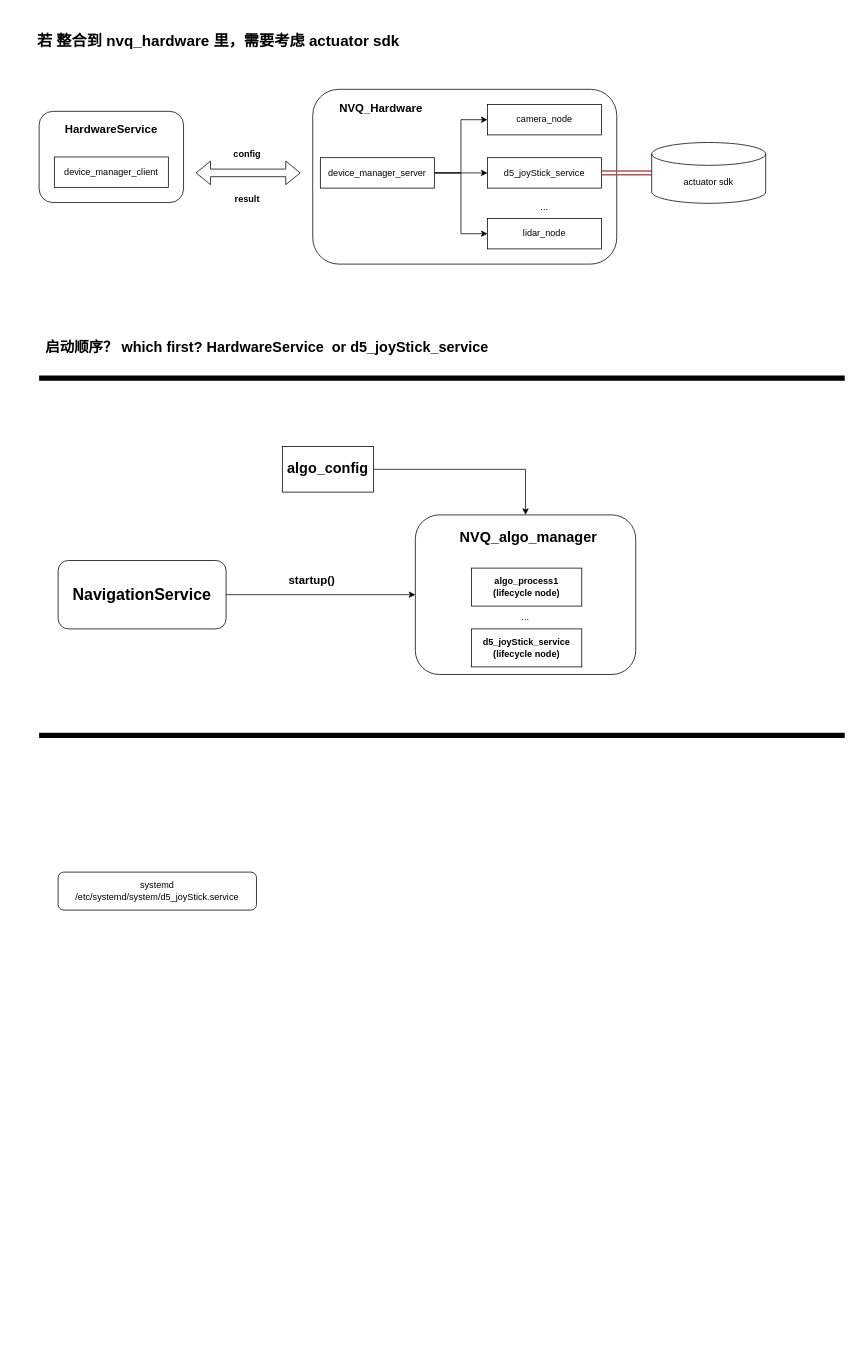
Before: page "joyStick该实现在哪里？" (2 of 2) of d5相关.drawio in Jev0987/drawioFile, a draw.io diagram. Source tidied: cells renumbered, new cells numbered last; positions are measured from the earlier drawing's top-left corner, leaving out a move shared by most shapes. Both pictures are drawn from the tidied source at 76%, with x=0, y=0 at pixel (13, 13).
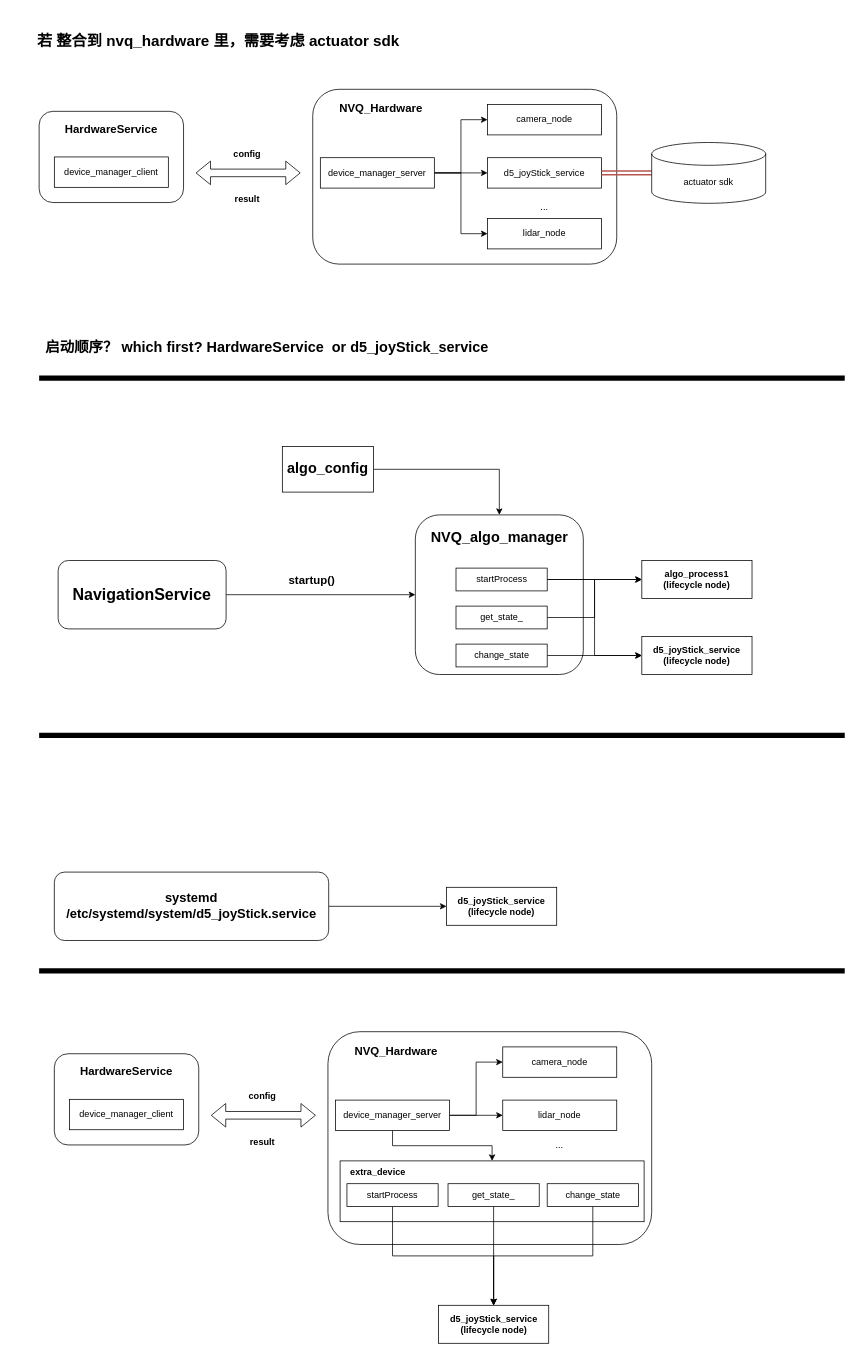
After the change.

Diff of the diagram source:
```diff
@@
     <mxCell id="23" style="rounded=1;whiteSpace=wrap;html=1;" parent="1" vertex="1">
-      <mxGeometry x="529" y="660" width="290" height="210" as="geometry" />
+      <mxGeometry x="529" y="660" width="221" height="210" as="geometry" />
     </mxCell>
     <mxCell id="24" value="&lt;b&gt;&lt;font style=&quot;font-size: 19px;&quot;&gt;NVQ_algo_manager&lt;/font&gt;&lt;/b&gt;" style="text;html=1;whiteSpace=wrap;strokeColor=none;fillColor=none;align=center;verticalAlign=middle;rounded=0;" parent="1" vertex="1">
-      <mxGeometry x="553" y="670" width="250" height="40" as="geometry" />
+      <mxGeometry x="514.5" y="670" width="250" height="40" as="geometry" />
     </mxCell>
     <mxCell id="25" value="&lt;b&gt;algo_process1&lt;/b&gt;&lt;div&gt;&lt;b&gt;(lifecycle node)&lt;/b&gt;&lt;/div&gt;" style="rounded=0;whiteSpace=wrap;html=1;" parent="1" vertex="1">
-      <mxGeometry x="603" y="730" width="145" height="50" as="geometry" />
+      <mxGeometry x="827" y="720" width="145" height="50" as="geometry" />
     </mxCell>
     <mxCell id="26" value="&lt;b&gt;d5_joyStick_service&lt;/b&gt;&lt;div&gt;&lt;b&gt;(lifecycle node)&lt;/b&gt;&lt;/div&gt;" style="rounded=0;whiteSpace=wrap;html=1;" parent="1" vertex="1">
-      <mxGeometry x="603" y="810" width="145" height="50" as="geometry" />
+      <mxGeometry x="827" y="820" width="145" height="50" as="geometry" />
     </mxCell>
@@
-    <mxCell id="28" value="..." style="text;html=1;whiteSpace=wrap;strokeColor=none;fillColor=none;align=center;verticalAlign=middle;rounded=0;" parent="1" vertex="1">
-      <mxGeometry x="644" y="780" width="60" height="30" as="geometry" />
-    </mxCell>
@@
+    <mxCell id="35" style="edgeStyle=orthogonalEdgeStyle;rounded=0;jettySize=auto;html=1;exitX=1;exitY=0.5;exitDx=0;exitDy=0;entryX=0;entryY=0.5;entryDx=0;entryDy=0;" parent="1" edge="1" source="34" target="36">
+      <mxGeometry relative="1" as="geometry" />
+    </mxCell>
-    <mxCell id="34" value="systemd&lt;div&gt;/etc/systemd/system/d5_joyStick.service&lt;/div&gt;" style="rounded=1;whiteSpace=wrap;html=1;" parent="1" vertex="1">
-      <mxGeometry x="59" y="1130" width="261" height="50" as="geometry" />
+    <mxCell id="34" value="&lt;b&gt;systemd&lt;/b&gt;&lt;div&gt;&lt;b&gt;/etc/systemd/system/d5_joyStick.service&lt;/b&gt;&lt;/div&gt;" style="rounded=1;whiteSpace=wrap;html=1;fontSize=17;" parent="1" vertex="1">
+      <mxGeometry x="54" y="1130" width="361" height="90" as="geometry" />
     </mxCell>
+    <mxCell id="36" value="&lt;b&gt;d5_joyStick_service&lt;/b&gt;&lt;div&gt;&lt;b&gt;(lifecycle node)&lt;/b&gt;&lt;/div&gt;" style="rounded=0;whiteSpace=wrap;html=1;" parent="1" vertex="1">
+      <mxGeometry x="570" y="1150" width="145" height="50" as="geometry" />
+    </mxCell>
+    <mxCell id="37" style="endArrow=none;html=1;rounded=0;strokeWidth=7;" parent="1" edge="1">
+      <mxGeometry relative="1" as="geometry">
+        <mxPoint x="34" y="1260" as="sourcePoint" />
+        <mxPoint x="1094" y="1260" as="targetPoint" />
+      </mxGeometry>
+    </mxCell>
+    <mxCell id="38" style="edgeStyle=orthogonalEdgeStyle;rounded=0;jettySize=auto;html=1;exitX=1;exitY=0.5;exitDx=0;exitDy=0;entryX=0;entryY=0.5;entryDx=0;entryDy=0;" parent="1" edge="1" source="40" target="25">
+      <mxGeometry relative="1" as="geometry" />
+    </mxCell>
+    <mxCell id="39" style="edgeStyle=orthogonalEdgeStyle;rounded=0;jettySize=auto;html=1;exitX=1;exitY=0.5;exitDx=0;exitDy=0;entryX=0;entryY=0.5;entryDx=0;entryDy=0;" parent="1" edge="1" source="40" target="26">
+      <mxGeometry relative="1" as="geometry" />
+    </mxCell>
+    <mxCell id="40" value="startProcess" style="whiteSpace=wrap;html=1;" parent="1" vertex="1">
+      <mxGeometry x="582.5" y="730" width="120" height="30" as="geometry" />
+    </mxCell>
+    <mxCell id="41" style="edgeStyle=orthogonalEdgeStyle;rounded=0;jettySize=auto;html=1;exitX=1;exitY=0.5;exitDx=0;exitDy=0;entryX=0;entryY=0.5;entryDx=0;entryDy=0;" parent="1" edge="1" source="42" target="25">
+      <mxGeometry relative="1" as="geometry" />
+    </mxCell>
+    <mxCell id="42" value="get_state_" style="whiteSpace=wrap;html=1;" parent="1" vertex="1">
+      <mxGeometry x="582.5" y="780" width="120" height="30" as="geometry" />
+    </mxCell>
+    <mxCell id="43" style="edgeStyle=orthogonalEdgeStyle;rounded=0;jettySize=auto;html=1;exitX=1;exitY=0.5;exitDx=0;exitDy=0;entryX=0;entryY=0.5;entryDx=0;entryDy=0;" parent="1" edge="1" source="44" target="26">
+      <mxGeometry relative="1" as="geometry" />
+    </mxCell>
+    <mxCell id="44" value="change_state" style="whiteSpace=wrap;html=1;" parent="1" vertex="1">
+      <mxGeometry x="582.5" y="830" width="120" height="30" as="geometry" />
+    </mxCell>
+    <mxCell id="45" style="rounded=1;whiteSpace=wrap;html=1;" parent="1" vertex="1">
+      <mxGeometry x="414" y="1340" width="426" height="280" as="geometry" />
+    </mxCell>
+    <mxCell id="46" style="rounded=1;whiteSpace=wrap;html=1;fontStyle=1;" parent="1" vertex="1">
+      <mxGeometry x="54" y="1369" width="190" height="120" as="geometry" />
+    </mxCell>
+    <mxCell id="47" style="shape=flexArrow;endArrow=classic;html=1;rounded=0;startArrow=classic;startFill=1;" parent="1" edge="1">
+      <mxGeometry relative="1" as="geometry">
+        <mxPoint x="260" y="1450" as="sourcePoint" />
+        <mxPoint x="398" y="1450" as="targetPoint" />
+      </mxGeometry>
+    </mxCell>
+    <mxCell id="48" value="&lt;b&gt;HardwareService&lt;/b&gt;" style="text;html=1;whiteSpace=wrap;strokeColor=none;fillColor=none;align=center;verticalAlign=middle;rounded=0;fontSize=15;" parent="1" vertex="1">
+      <mxGeometry x="79" y="1377" width="140" height="30" as="geometry" />
+    </mxCell>
+    <mxCell id="49" value="device_manager_client" style="whiteSpace=wrap;html=1;" parent="1" vertex="1">
+      <mxGeometry x="74" y="1429" width="150" height="40" as="geometry" />
+    </mxCell>
+    <mxCell id="50" value="config" style="text;html=1;whiteSpace=wrap;strokeColor=none;fillColor=none;align=center;verticalAlign=middle;rounded=0;fontStyle=1;" parent="1" vertex="1">
+      <mxGeometry x="298" y="1410" width="60" height="30" as="geometry" />
+    </mxCell>
+    <mxCell id="51" style="edgeStyle=orthogonalEdgeStyle;rounded=0;jettySize=auto;html=1;exitX=1;exitY=0.5;exitDx=0;exitDy=0;entryX=0;entryY=0.5;entryDx=0;entryDy=0;" parent="1" edge="1" source="54" target="55">
+      <mxGeometry relative="1" as="geometry" />
+    </mxCell>
+    <mxCell id="52" style="edgeStyle=orthogonalEdgeStyle;rounded=0;jettySize=auto;html=1;exitX=1;exitY=0.5;exitDx=0;exitDy=0;entryX=0;entryY=0.5;entryDx=0;entryDy=0;" parent="1" edge="1" source="54" target="56">
+      <mxGeometry relative="1" as="geometry" />
+    </mxCell>
+    <mxCell id="53" style="edgeStyle=orthogonalEdgeStyle;rounded=0;jettySize=auto;html=1;exitX=0.5;exitY=1;exitDx=0;exitDy=0;entryX=0.5;entryY=0;entryDx=0;entryDy=0;" parent="1" edge="1" source="54" target="59">
+      <mxGeometry relative="1" as="geometry" />
+    </mxCell>
+    <mxCell id="54" value="device_manager_server" style="whiteSpace=wrap;html=1;" parent="1" vertex="1">
+      <mxGeometry x="424" y="1430" width="150" height="40" as="geometry" />
+    </mxCell>
+    <mxCell id="55" value="camera_node" style="whiteSpace=wrap;html=1;" parent="1" vertex="1">
+      <mxGeometry x="644" y="1360" width="150" height="40" as="geometry" />
+    </mxCell>
+    <mxCell id="56" value="lidar_node" style="whiteSpace=wrap;html=1;" parent="1" vertex="1">
+      <mxGeometry x="644" y="1430" width="150" height="40" as="geometry" />
+    </mxCell>
+    <mxCell id="57" value="&lt;b&gt;NVQ_Hardware&lt;/b&gt;" style="text;html=1;whiteSpace=wrap;strokeColor=none;fillColor=none;align=center;verticalAlign=middle;rounded=0;fontSize=15;" parent="1" vertex="1">
+      <mxGeometry x="434" y="1350" width="140" height="30" as="geometry" />
+    </mxCell>
+    <mxCell id="58" value="&lt;b&gt;result&lt;/b&gt;" style="text;html=1;whiteSpace=wrap;strokeColor=none;fillColor=none;align=center;verticalAlign=middle;rounded=0;" parent="1" vertex="1">
+      <mxGeometry x="298" y="1470" width="60" height="30" as="geometry" />
+    </mxCell>
+    <mxCell id="28" value="..." style="text;html=1;whiteSpace=wrap;strokeColor=none;fillColor=none;align=center;verticalAlign=middle;rounded=0;" parent="1" vertex="1">
+      <mxGeometry x="689" y="1475" width="60" height="30" as="geometry" />
+    </mxCell>
+    <mxCell id="59" style="whiteSpace=wrap;html=1;" parent="1" vertex="1">
+      <mxGeometry x="430" y="1510" width="400" height="80" as="geometry" />
+    </mxCell>
+    <mxCell id="60" value="extra_device" style="text;html=1;whiteSpace=wrap;strokeColor=none;fillColor=none;align=center;verticalAlign=middle;rounded=0;fontStyle=1;" parent="1" vertex="1">
+      <mxGeometry x="430" y="1510" width="100" height="30" as="geometry" />
+    </mxCell>
+    <mxCell id="61" style="edgeStyle=orthogonalEdgeStyle;rounded=0;jettySize=auto;html=1;exitX=0.5;exitY=1;exitDx=0;exitDy=0;entryX=0.5;entryY=0;entryDx=0;entryDy=0;" parent="1" edge="1" source="62" target="67">
+      <mxGeometry relative="1" as="geometry" />
+    </mxCell>
+    <mxCell id="62" value="startProcess" style="whiteSpace=wrap;html=1;" parent="1" vertex="1">
+      <mxGeometry x="439" y="1540" width="120" height="30" as="geometry" />
+    </mxCell>
+    <mxCell id="63" style="edgeStyle=orthogonalEdgeStyle;rounded=0;jettySize=auto;html=1;exitX=0.5;exitY=1;exitDx=0;exitDy=0;entryX=0.5;entryY=0;entryDx=0;entryDy=0;" parent="1" edge="1" source="64" target="67">
+      <mxGeometry relative="1" as="geometry" />
+    </mxCell>
+    <mxCell id="64" value="get_state_" style="whiteSpace=wrap;html=1;" parent="1" vertex="1">
+      <mxGeometry x="572" y="1540" width="120" height="30" as="geometry" />
+    </mxCell>
+    <mxCell id="65" style="edgeStyle=orthogonalEdgeStyle;rounded=0;jettySize=auto;html=1;exitX=0.5;exitY=1;exitDx=0;exitDy=0;entryX=0.5;entryY=0;entryDx=0;entryDy=0;" parent="1" edge="1" source="66" target="67">
+      <mxGeometry relative="1" as="geometry" />
+    </mxCell>
+    <mxCell id="66" value="change_state" style="whiteSpace=wrap;html=1;" parent="1" vertex="1">
+      <mxGeometry x="702.5" y="1540" width="120" height="30" as="geometry" />
+    </mxCell>
+    <mxCell id="67" value="&lt;b&gt;d5_joyStick_service&lt;/b&gt;&lt;div&gt;&lt;b&gt;(lifecycle node)&lt;/b&gt;&lt;/div&gt;" style="rounded=0;whiteSpace=wrap;html=1;" parent="1" vertex="1">
+      <mxGeometry x="559.5" y="1700" width="145" height="50" as="geometry" />
+    </mxCell>
```
